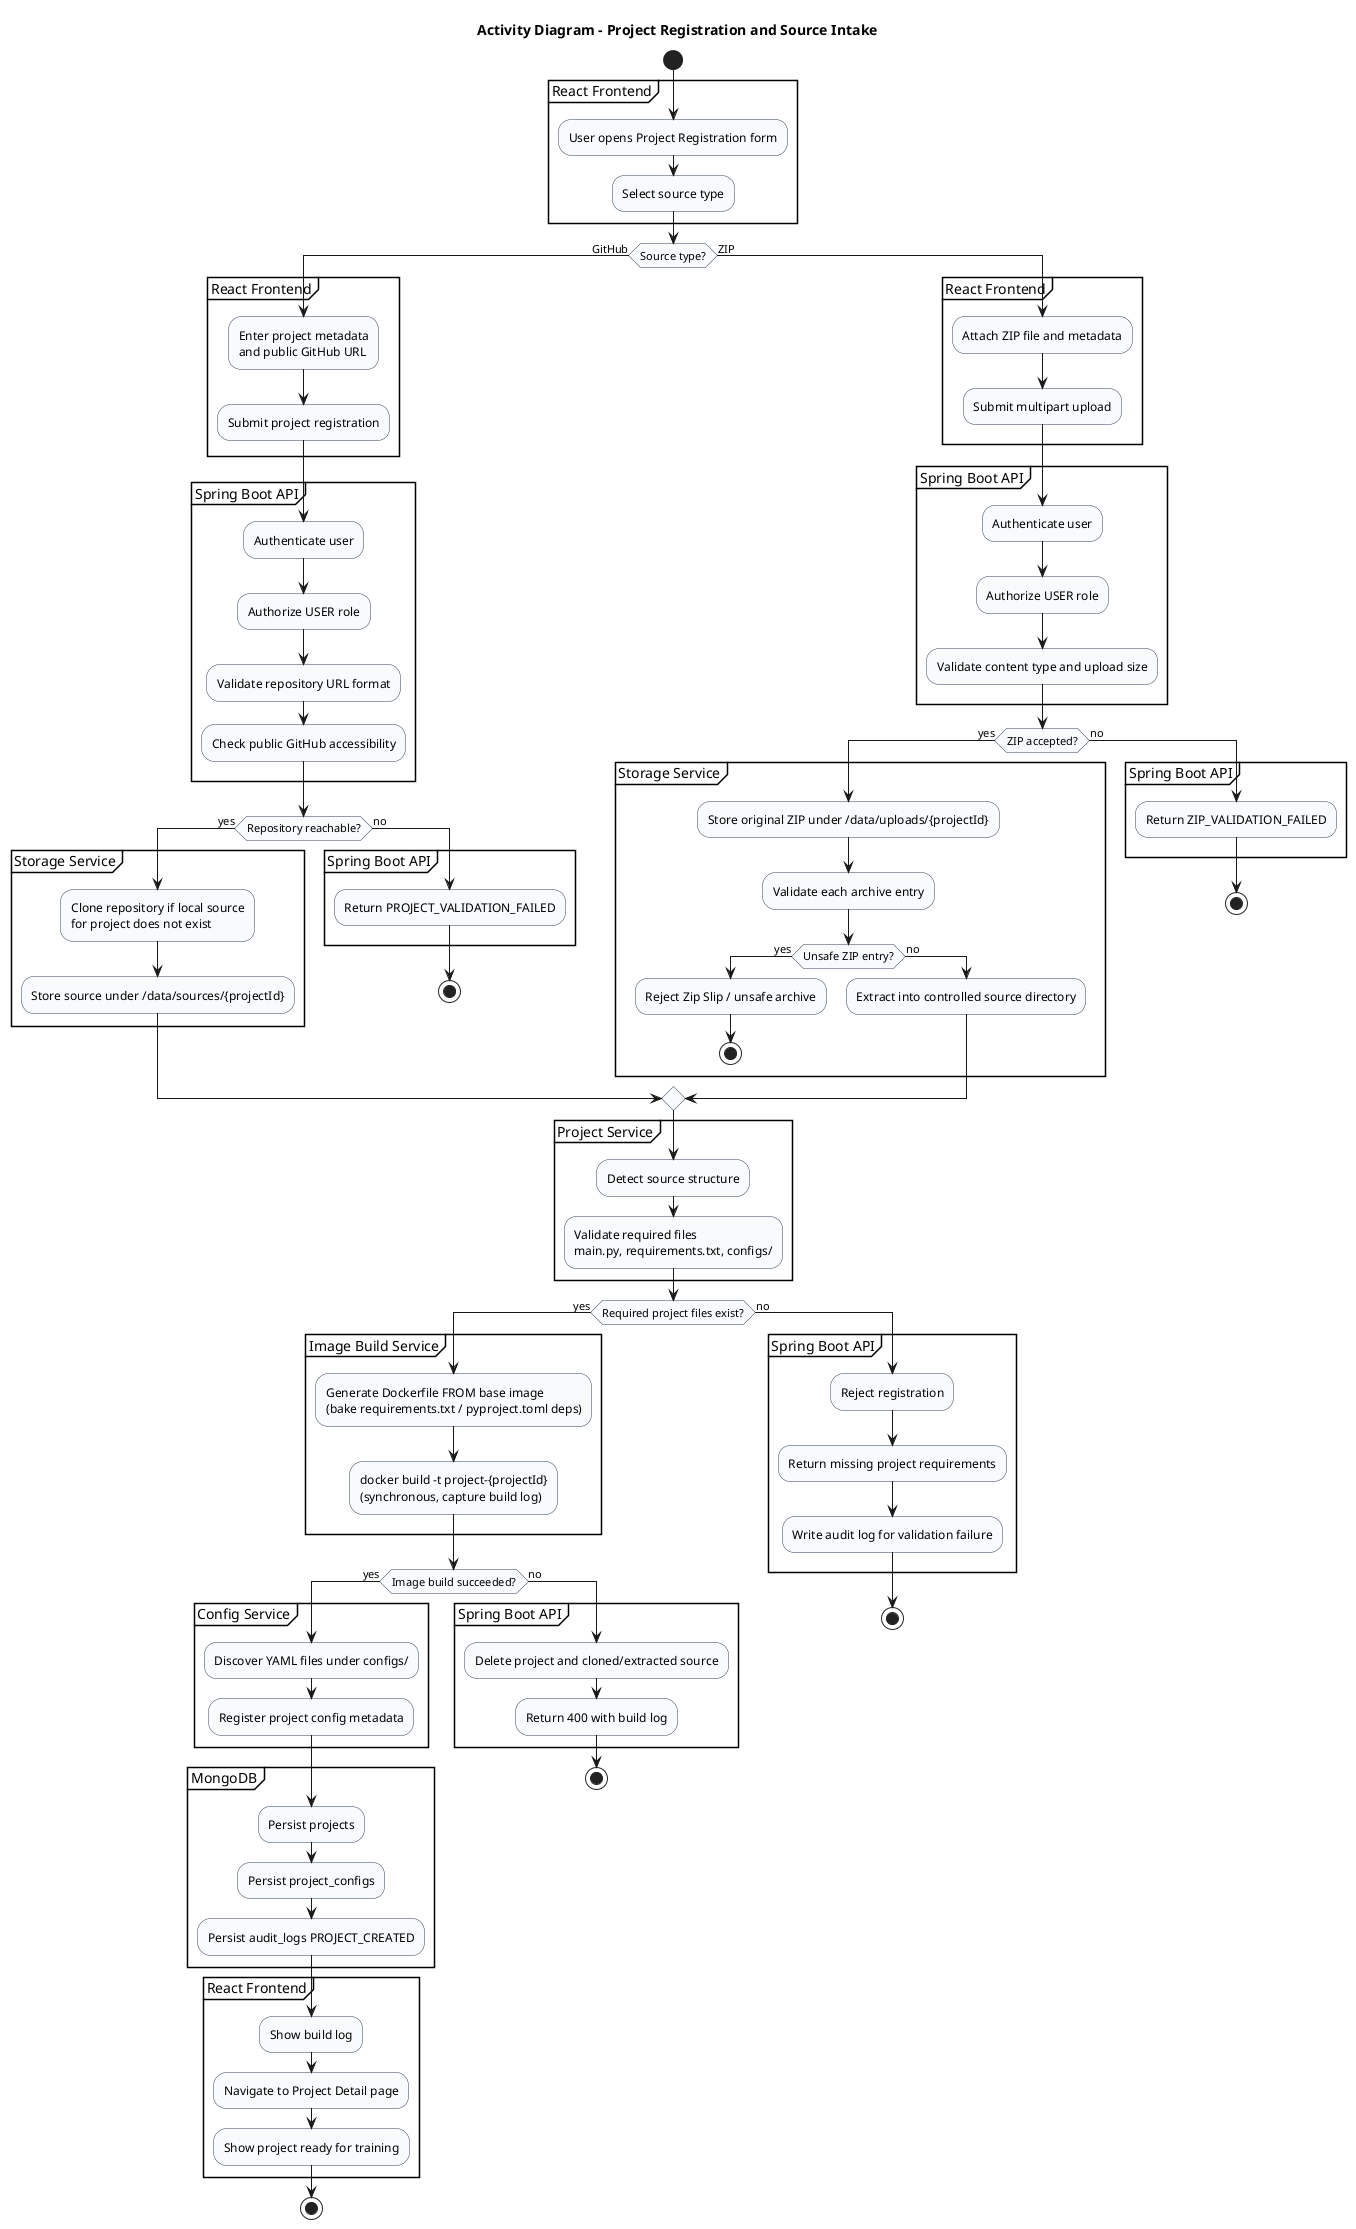
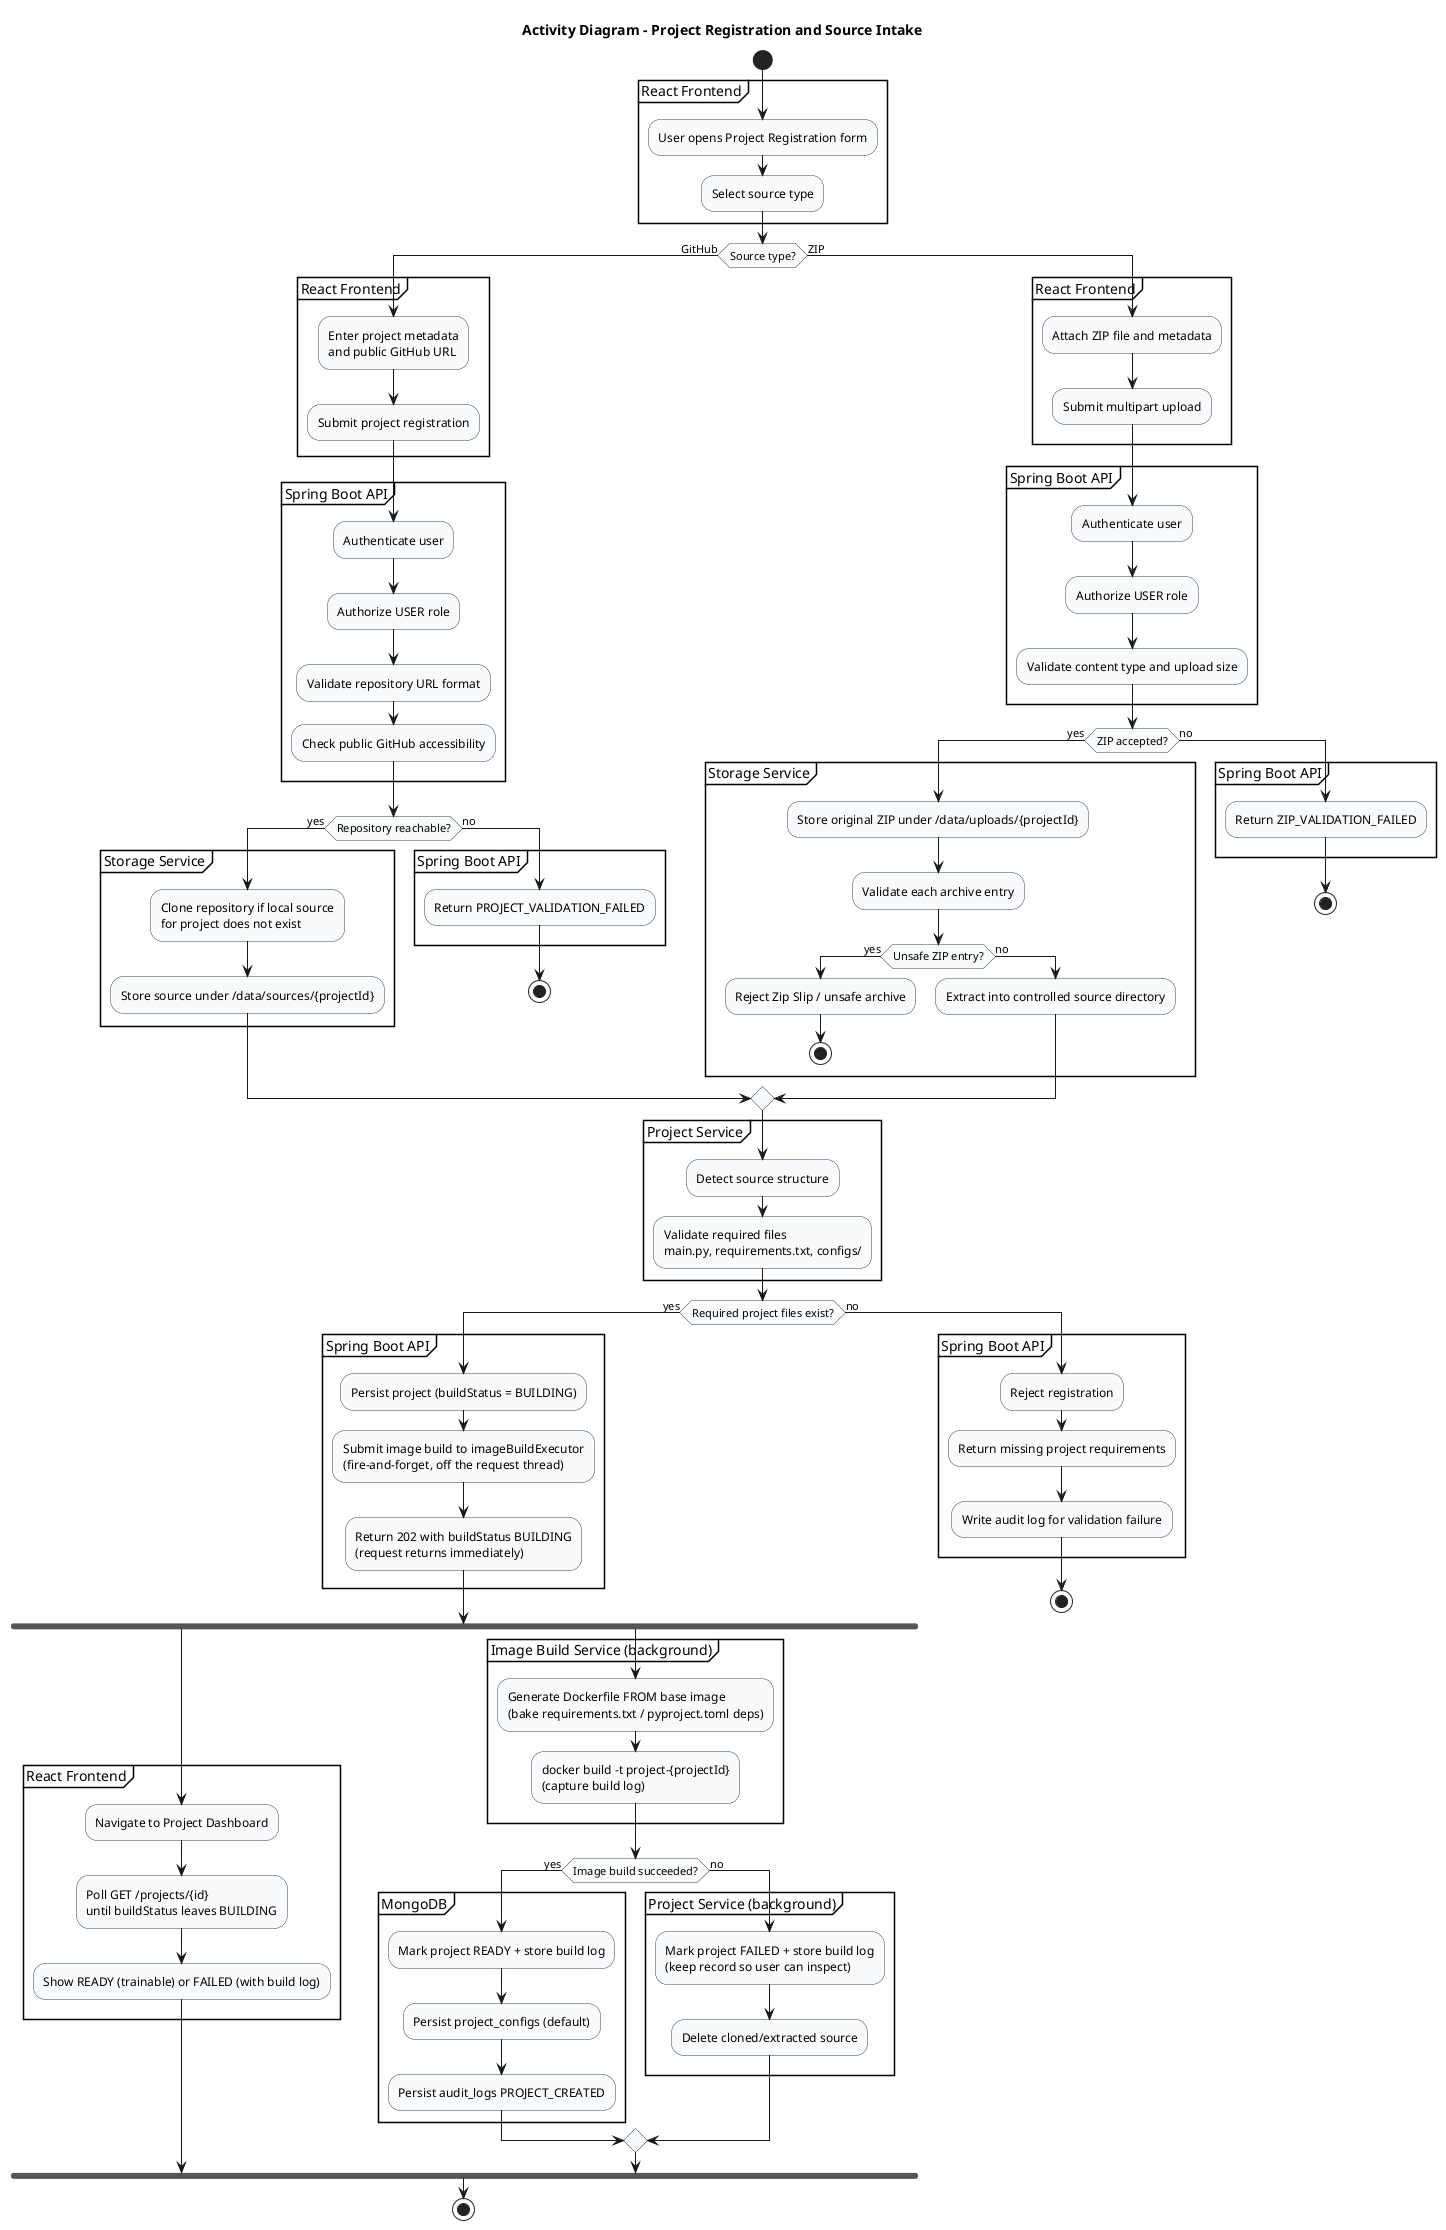
@startuml project_registration_activity
title Activity Diagram - Project Registration and Source Intake

skinparam shadowing false
skinparam activity {
  BackgroundColor #F8FAFC
  BorderColor #334155
}

start

partition "React Frontend" {
  :User opens Project Registration form;
  :Select source type;
}

if (Source type?) then (GitHub)
  partition "React Frontend" {
    :Enter project metadata\nand public GitHub URL;
    :Submit project registration;
  }

  partition "Spring Boot API" {
    :Authenticate user;
    :Authorize USER role;
    :Validate repository URL format;
    :Check public GitHub accessibility;
  }

  if (Repository reachable?) then (yes)
    partition "Storage Service" {
      :Clone repository if local source\nfor project does not exist;
      :Store source under /data/sources/{projectId};
    }
  else (no)
    partition "Spring Boot API" {
      :Return PROJECT_VALIDATION_FAILED;
    }
    stop
  endif

else (ZIP)
  partition "React Frontend" {
    :Attach ZIP file and metadata;
    :Submit multipart upload;
  }

  partition "Spring Boot API" {
    :Authenticate user;
    :Authorize USER role;
    :Validate content type and upload size;
  }

  if (ZIP accepted?) then (yes)
    partition "Storage Service" {
      :Store original ZIP under /data/uploads/{projectId};
      :Validate each archive entry;
      if (Unsafe ZIP entry?) then (yes)
        :Reject Zip Slip / unsafe archive;
        stop
      else (no)
        :Extract into controlled source directory;
      endif
    }
  else (no)
    partition "Spring Boot API" {
      :Return ZIP_VALIDATION_FAILED;
    }
    stop
  endif
endif

partition "Project Service" {
  :Detect source structure;
  :Validate required files\nmain.py, requirements.txt, configs/;
}

if (Required project files exist?) then (yes)
-   partition "Image Build Service" {
-     :Generate Dockerfile FROM base image\n(bake requirements.txt / pyproject.toml deps);
-     :docker build -t project-{projectId}\n(synchronous, capture build log);
+   partition "Spring Boot API" {
+     :Persist project (buildStatus = BUILDING);
+     :Submit image build to imageBuildExecutor\n(fire-and-forget, off the request thread);
+     :Return 202 with buildStatus BUILDING\n(request returns immediately);
  }

-   if (Image build succeeded?) then (yes)
-     partition "Config Service" {
-       :Discover YAML files under configs/;
-       :Register project config metadata;
+   fork
+     partition "React Frontend" {
+       :Navigate to Project Dashboard;
+       :Poll GET /projects/{id}\nuntil buildStatus leaves BUILDING;
+       :Show READY (trainable) or FAILED (with build log);
    }
- 
-     partition "MongoDB" {
-       :Persist projects;
-       :Persist project_configs;
-       :Persist audit_logs PROJECT_CREATED;
+   fork again
+     partition "Image Build Service (background)" {
+       :Generate Dockerfile FROM base image\n(bake requirements.txt / pyproject.toml deps);
+       :docker build -t project-{projectId}\n(capture build log);
    }
- 
-     partition "React Frontend" {
-       :Show build log;
-       :Navigate to Project Detail page;
-       :Show project ready for training;
-     }
-     stop
-   else (no)
-     partition "Spring Boot API" {
-       :Delete project and cloned/extracted source;
-       :Return 400 with build log;
-     }
-     stop
-   endif
+     if (Image build succeeded?) then (yes)
+       partition "MongoDB" {
+         :Mark project READY + store build log;
+         :Persist project_configs (default);
+         :Persist audit_logs PROJECT_CREATED;
+       }
+     else (no)
+       partition "Project Service (background)" {
+         :Mark project FAILED + store build log\n(keep record so user can inspect);
+         :Delete cloned/extracted source;
+       }
+     endif
+   end fork
+   stop
else (no)
  partition "Spring Boot API" {
    :Reject registration;
    :Return missing project requirements;
    :Write audit log for validation failure;
  }
  stop
endif

@enduml
